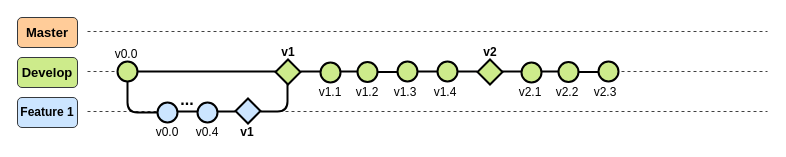
Before: page "Develop" (2 of 3) of 03_ImagenesRepo/01_GitFlow.drawio in LEOSZ8/Tesis_Msc_LSZ, a draw.io diagram. Source tidied: cells renumbered, new cells numbered last; positions are measured from the earlier drawing's top-left corner, leaving out a move shared by most shapes. Both pictures are drawn from the tidied source at 100%, with x=0, y=0 at pixel (17, 17).
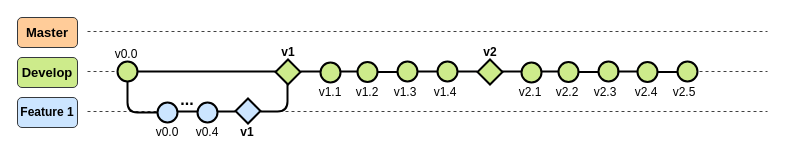
Above is the later version.

Diff of the diagram source:
```diff
@@
+    <mxCell id="48" style="edgeStyle=orthogonalEdgeStyle;rounded=0;orthogonalLoop=1;jettySize=auto;html=1;endArrow=none;endFill=0;strokeWidth=2;" parent="1" edge="1">
+      <mxGeometry relative="1" as="geometry">
+        <mxPoint x="600" y="54" as="sourcePoint" />
+        <mxPoint x="620" y="53" as="targetPoint" />
+      </mxGeometry>
+    </mxCell>
+    <mxCell id="49" style="edgeStyle=orthogonalEdgeStyle;rounded=0;jettySize=auto;html=1;endArrow=none;endFill=0;strokeWidth=2;" parent="1" edge="1" source="50" target="51">
+      <mxGeometry relative="1" as="geometry" />
+    </mxCell>
+    <mxCell id="50" style="ellipse;whiteSpace=wrap;html=1;fillColor=#CDEB8B;strokeColor=#000000;strokeWidth=2;" parent="1" vertex="1">
+      <mxGeometry x="620" y="44.5" width="20" height="20" as="geometry" />
+    </mxCell>
+    <mxCell id="51" style="ellipse;whiteSpace=wrap;html=1;fillColor=#CDEB8B;strokeColor=#000000;strokeWidth=2;" parent="1" vertex="1">
+      <mxGeometry x="660" y="44" width="20" height="20" as="geometry" />
+    </mxCell>
+    <mxCell id="52" value="v2.4" style="text;html=1;align=center;verticalAlign=middle;whiteSpace=wrap;rounded=0;" parent="1" vertex="1">
+      <mxGeometry x="614" y="70" width="30" height="10" as="geometry" />
+    </mxCell>
+    <mxCell id="53" value="v2.5" style="text;html=1;align=center;verticalAlign=middle;whiteSpace=wrap;rounded=0;" parent="1" vertex="1">
+      <mxGeometry x="652" y="70" width="30" height="10" as="geometry" />
+    </mxCell>
```
